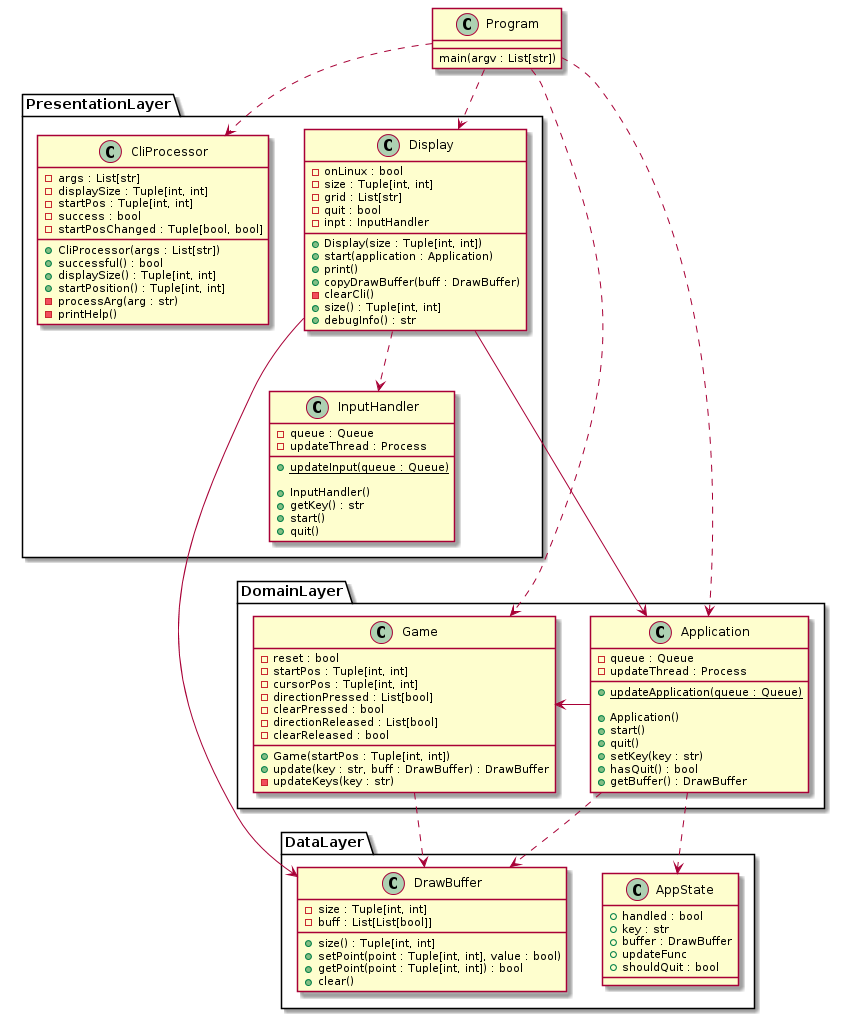
blueOkiris/EmbeddedLinuxClass keeps this PlantUML diagram as hw01/docs/etch-a-sketch-class.png. Above is the earlier version.
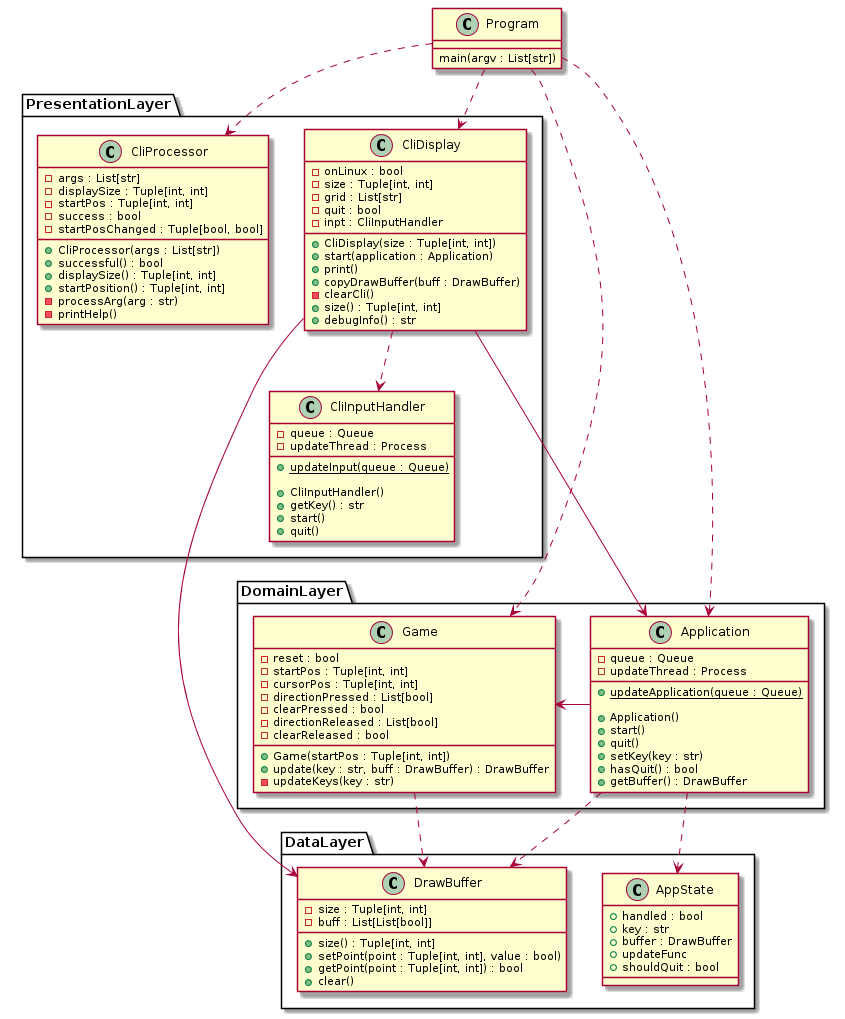
After the commit.

Commit message:
Changed display name to cli display as a new display will work slightly differently

The edit, as a diff of the source:
```diff
@@ -5,14 +5,14 @@
 }
 
 namespace PresentationLayer {
-    class Display {
+    class CliDisplay {
         - onLinux : bool
         - size : Tuple[int, int]
         - grid : List[str]
         - quit : bool
-        - inpt : InputHandler
+        - inpt : CliInputHandler
 
-        + Display(size : Tuple[int, int])
+        + CliDisplay(size : Tuple[int, int])
         + start(application : Application)
         + print()
         + copyDrawBuffer(buff : DrawBuffer)
@@ -36,19 +36,19 @@
         - printHelp()
     }
 
-    class InputHandler {
+    class CliInputHandler {
         - queue : Queue
         - updateThread : Process
 
         + {static} updateInput(queue : Queue)
 
-        + InputHandler()
+        + CliInputHandler()
         + getKey() : str
         + start()
         + quit()
     }
 
-    Display ..> InputHandler
+    CliDisplay ..> CliInputHandler
 }
 
 namespace DomainLayer {
@@ -106,9 +106,9 @@
 Program ..> PresentationLayer.CliProcessor
 Program ...> DomainLayer.Game
 Program ...> DomainLayer.Application
-Program ..> PresentationLayer.Display
-PresentationLayer.Display ---> DomainLayer.Application
-PresentationLayer.Display ---> DataLayer.DrawBuffer
+Program ..> PresentationLayer.CliDisplay
+PresentationLayer.CliDisplay ---> DomainLayer.Application
+PresentationLayer.CliDisplay ---> DataLayer.DrawBuffer
 DomainLayer.Application ..> DataLayer.AppState
 DomainLayer.Application ..> DataLayer.DrawBuffer
 DomainLayer.Game ..> DataLayer.DrawBuffer
```
